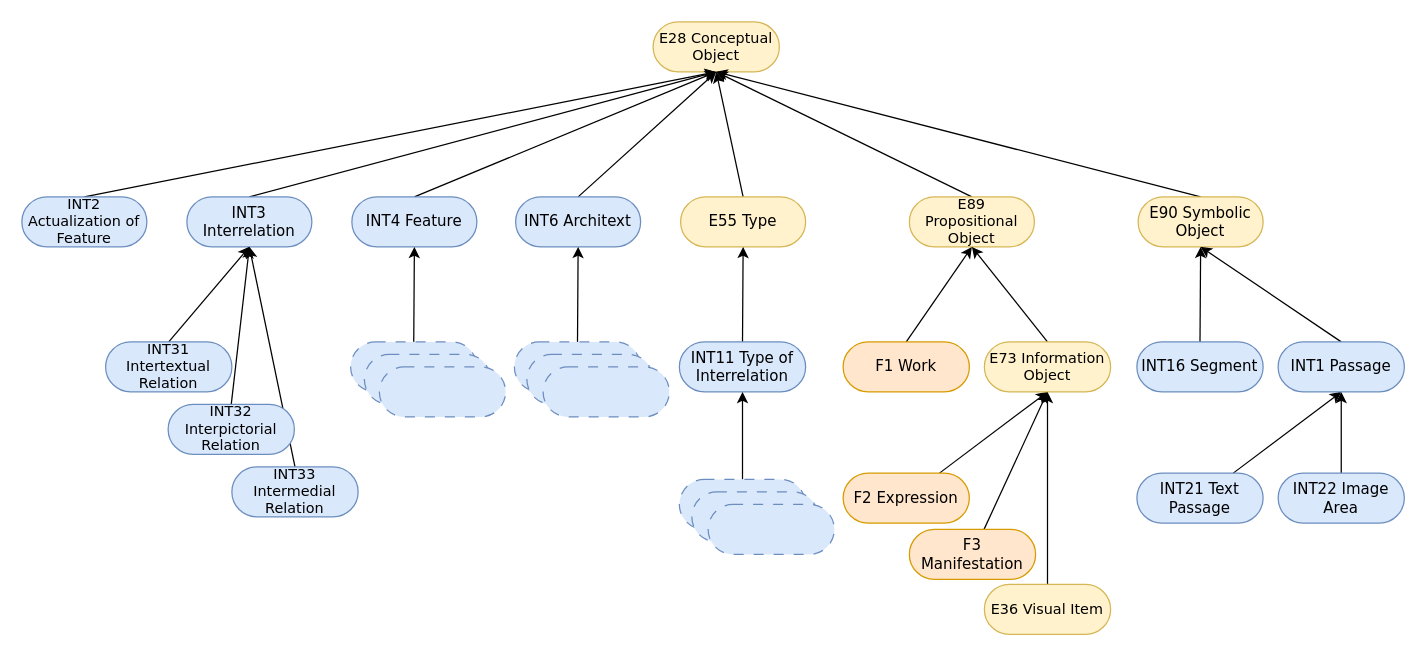
Earlier version of the draw.io diagram img/INTRO_class_hierarchy.drawio (BOberreither/INTRO). Source tidied: cells renumbered, new cells numbered last; positions are measured from the earlier drawing's top-left corner, leaving out a move shared by most shapes. Both pictures are drawn from the tidied source at 125%, with x=0, y=0 at pixel (21, 21).
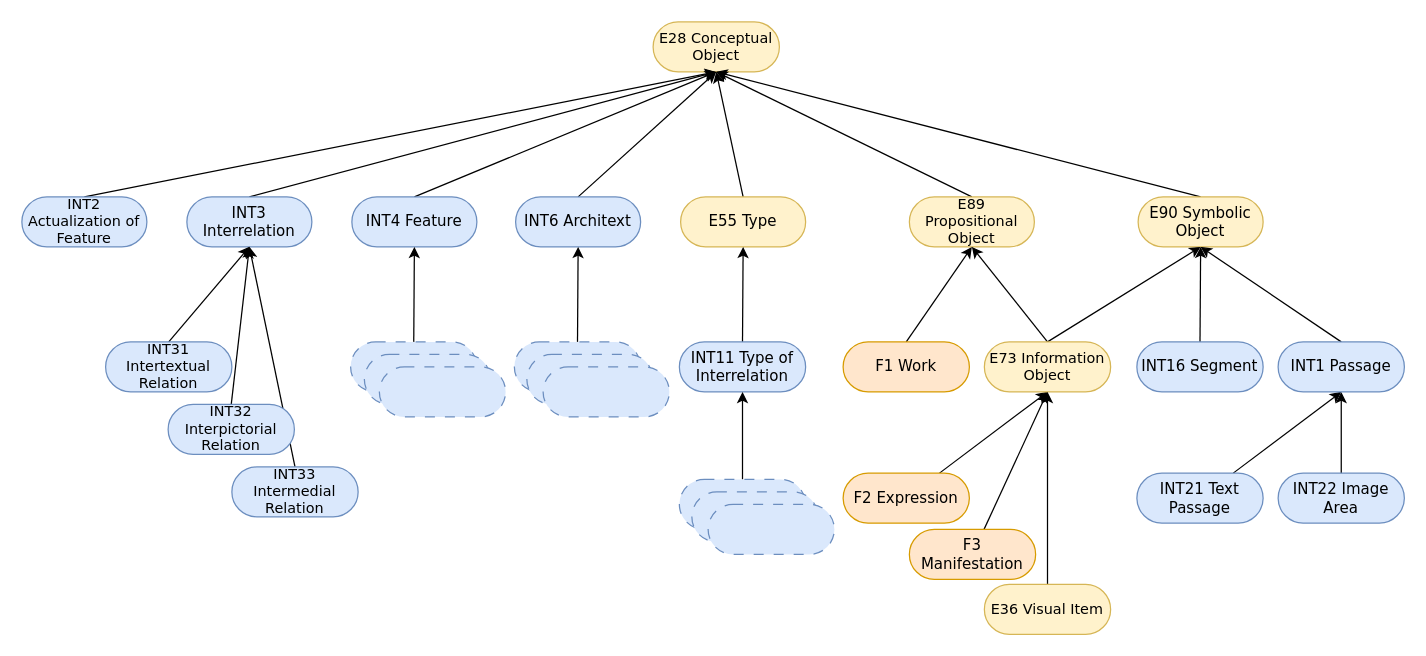
The same page after the edit.

The change refers to these unchanged cells:
```xml
<mxCell id="8" value="E90 Symbolic Object" style="rounded=1;html=1;perimeterSpacing=0;arcSize=50;whiteSpace=wrap;fontFamily=Verdana;spacingTop=0;spacingBottom=0;spacing=2;fillColor=#fff2cc;strokeColor=#d6b656;" parent="1" vertex="1">
  <mxGeometry x="893" y="140" width="100" height="40" as="geometry" />
</mxCell>
<mxCell id="41" value="E73 Information Object" style="rounded=1;html=1;perimeterSpacing=0;arcSize=50;whiteSpace=wrap;fontFamily=Verdana;spacingTop=0;spacingBottom=0;spacing=2;fillColor=#fff2cc;strokeColor=#d6b656;fontSize=11.5;" parent="1" vertex="1">
  <mxGeometry x="770" y="256" width="101" height="40" as="geometry" />
</mxCell>
```

The edit, as a diff of the source:
```diff
@@
+    <mxCell id="55" style="rounded=0;jettySize=auto;html=1;exitX=0.5;exitY=0;exitDx=0;exitDy=0;entryX=0.5;entryY=1;entryDx=0;entryDy=0;" parent="1" edge="1" source="41" target="8">
+      <mxGeometry relative="1" as="geometry" />
+    </mxCell>
```
